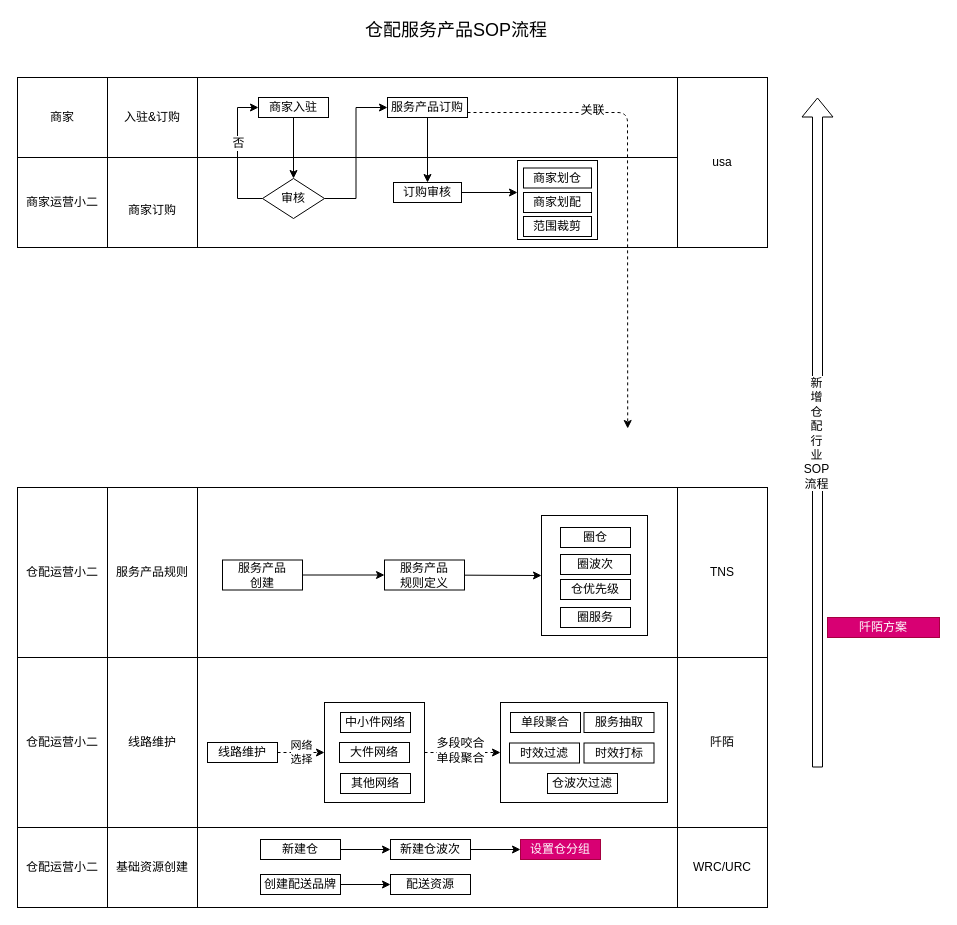
Before: 改良后的仓配链路图.drawio in shaonianwu/cainiao, a draw.io diagram. Source tidied: cells renumbered, new cells numbered last; positions are measured from the earlier drawing's top-left corner, leaving out a move shared by most shapes. Both pictures are drawn from the tidied source at 100%, with x=0, y=0 at pixel (17, 17).
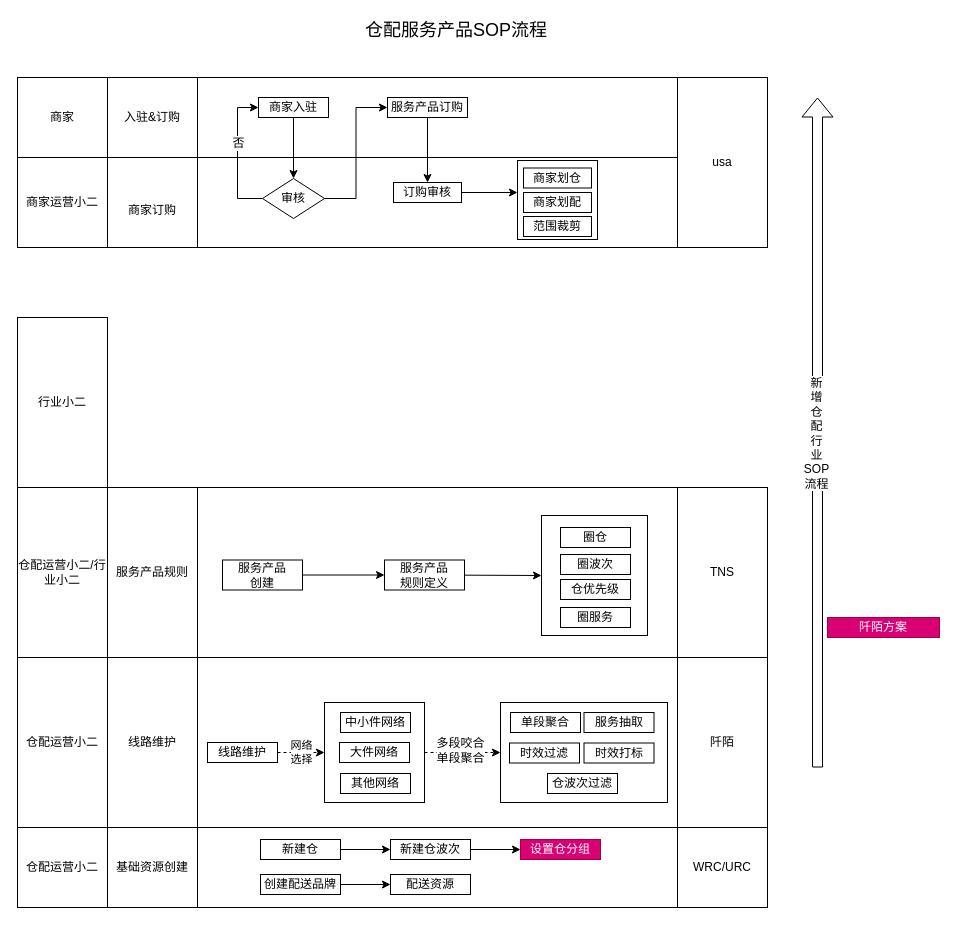
After the change.

Commit message (it also covers changes not shown here):
Update 改良后的仓配链路图.drawio

The change refers to these unchanged cells:
```xml
<mxCell id="48" value="服务产品订购" style="rounded=0;whiteSpace=wrap;html=1;" parent="1" vertex="1">
  <mxGeometry x="370" y="80" width="80" height="20" as="geometry" />
</mxCell>
```

Change to the diagram source:
```diff
@@
-    <mxCell id="55" style="endArrow=classic;html=1;exitX=1;exitY=0.75;exitDx=0;exitDy=0;entryX=0.75;entryY=0;entryDx=0;entryDy=0;dashed=1;" parent="1" edge="1" source="48">
-      <mxGeometry relative="1" as="geometry">
-        <mxPoint x="610.2" y="411" as="targetPoint" />
-        <Array as="points">
-          <mxPoint x="610" y="95" />
-        </Array>
-      </mxGeometry>
-    </mxCell>
-    <mxCell id="56" value="关联" style="text;html=1;align=center;verticalAlign=middle;labelBackgroundColor=#ffffff;" parent="55" vertex="1">
-      <mxGeometry x="-0.48" y="3" relative="1" as="geometry" />
-    </mxCell>
@@
-    <mxCell id="63" value="仓配运营小二" style="rounded=0;whiteSpace=wrap;html=1;" parent="1" vertex="1">
+    <mxCell id="63" value="仓配运营小二/行业小二" style="rounded=0;whiteSpace=wrap;html=1;" parent="1" vertex="1">
       <mxGeometry y="470" width="90" height="170" as="geometry" />
     </mxCell>
@@
+    <mxCell id="72" value="行业小二" style="rounded=0;whiteSpace=wrap;html=1;" parent="1" vertex="1">
+      <mxGeometry y="300" width="90" height="170" as="geometry" />
+    </mxCell>
```
